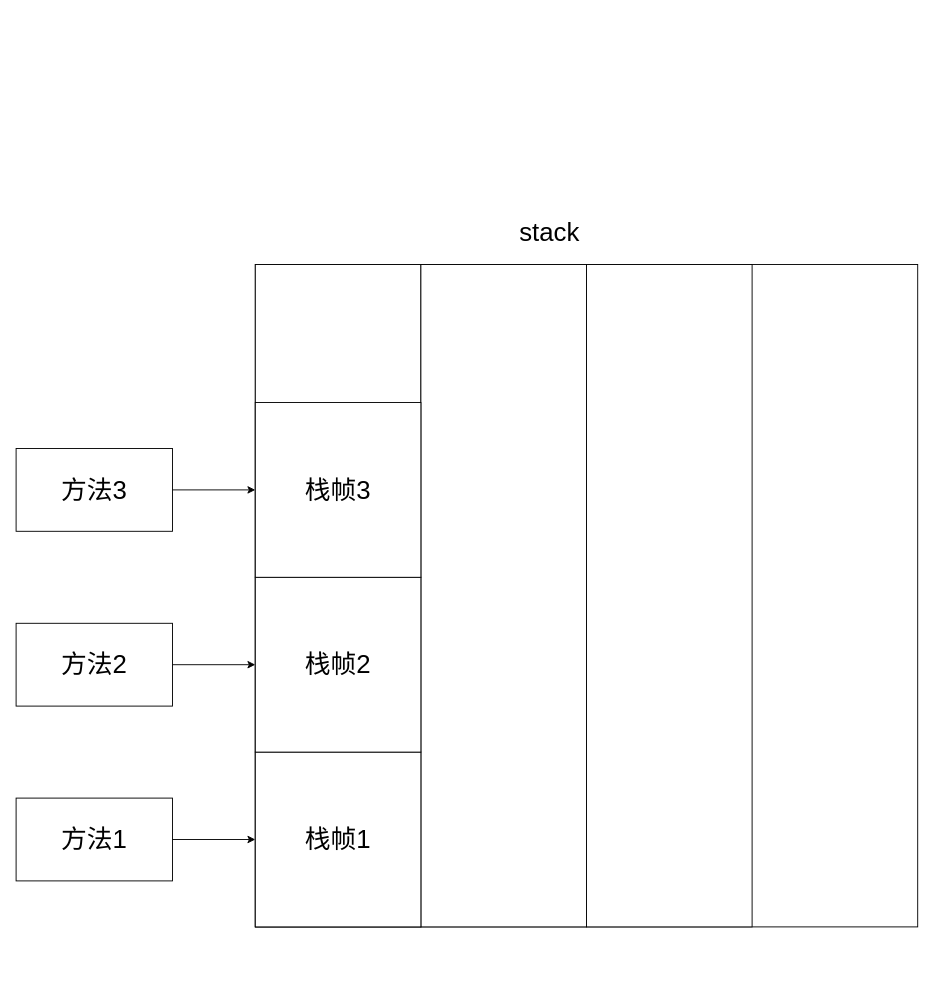
The draw.io diagram com/stephen/jvm/learn/stack.drawio in ruoshuisq/jvm, before the edit. Source tidied: cells renumbered, new cells numbered last; positions are measured from the earlier drawing's top-left corner, leaving out a move shared by most shapes. Both pictures are drawn from the tidied source at 92%, with x=0, y=0 at pixel (16, 200).
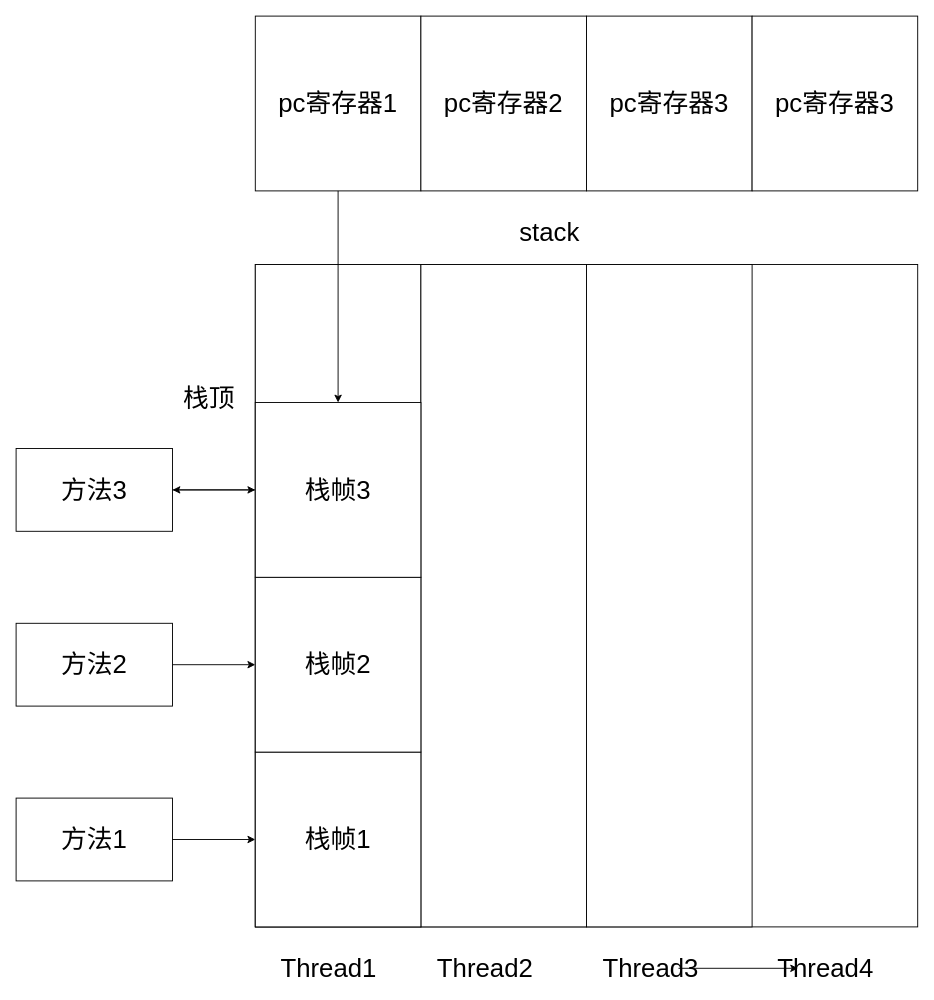
The same diagram, later.

The change refers to these unchanged cells:
```xml
<mxCell id="9" value="栈帧3" style="rounded=0;whiteSpace=wrap;html=1;fontSize=28;" parent="1" vertex="1">
  <mxGeometry x="260" y="220" width="180" height="190" as="geometry" />
</mxCell>
<mxCell id="12" value="方法3" style="rounded=0;whiteSpace=wrap;html=1;fontSize=28;" parent="1" vertex="1">
  <mxGeometry y="270" width="170" height="90" as="geometry" />
</mxCell>
```

Diff of the diagram source:
```diff
@@
+    <mxCell id="16" style="edgeStyle=orthogonalEdgeStyle;rounded=0;jettySize=auto;html=1;fontSize=28;" parent="1" edge="1" source="9" target="12">
+      <mxGeometry relative="1" as="geometry" />
+    </mxCell>
@@
+    <mxCell id="17" value="pc寄存器1" style="rounded=0;whiteSpace=wrap;html=1;fontSize=28;" parent="1" vertex="1">
+      <mxGeometry x="260" y="-200" width="180" height="190" as="geometry" />
+    </mxCell>
+    <mxCell id="18" value="pc寄存器2" style="rounded=0;whiteSpace=wrap;html=1;fontSize=28;" parent="1" vertex="1">
+      <mxGeometry x="440" y="-200" width="180" height="190" as="geometry" />
+    </mxCell>
+    <mxCell id="19" value="pc寄存器3" style="rounded=0;whiteSpace=wrap;html=1;fontSize=28;" parent="1" vertex="1">
+      <mxGeometry x="620" y="-200" width="180" height="190" as="geometry" />
+    </mxCell>
+    <mxCell id="20" value="pc寄存器3" style="rounded=0;whiteSpace=wrap;html=1;fontSize=28;" parent="1" vertex="1">
+      <mxGeometry x="800" y="-200" width="180" height="190" as="geometry" />
+    </mxCell>
+    <mxCell id="21" value="Thread1" style="text;html=1;strokeColor=none;fillColor=none;align=center;verticalAlign=middle;whiteSpace=wrap;rounded=0;fontSize=28;" parent="1" vertex="1">
+      <mxGeometry x="310" y="820" width="60" height="30" as="geometry" />
+    </mxCell>
+    <mxCell id="22" value="Thread2" style="text;html=1;strokeColor=none;fillColor=none;align=center;verticalAlign=middle;whiteSpace=wrap;rounded=0;fontSize=28;" parent="1" vertex="1">
+      <mxGeometry x="480" y="820" width="60" height="30" as="geometry" />
+    </mxCell>
+    <mxCell id="23" style="edgeStyle=orthogonalEdgeStyle;rounded=0;jettySize=auto;html=1;exitX=1;exitY=0.5;exitDx=0;exitDy=0;fontSize=28;" parent="1" edge="1" source="24" target="25">
+      <mxGeometry relative="1" as="geometry" />
+    </mxCell>
+    <mxCell id="24" value="Thread3" style="text;html=1;strokeColor=none;fillColor=none;align=center;verticalAlign=middle;whiteSpace=wrap;rounded=0;fontSize=28;" parent="1" vertex="1">
+      <mxGeometry x="660" y="820" width="60" height="30" as="geometry" />
+    </mxCell>
+    <mxCell id="25" value="Thread4" style="text;html=1;strokeColor=none;fillColor=none;align=center;verticalAlign=middle;whiteSpace=wrap;rounded=0;fontSize=28;" parent="1" vertex="1">
+      <mxGeometry x="850" y="820" width="60" height="30" as="geometry" />
+    </mxCell>
+    <mxCell id="26" style="endArrow=classic;html=1;rounded=0;fontSize=28;entryX=0.5;entryY=0;entryDx=0;entryDy=0;" parent="1" edge="1" source="17" target="9">
+      <mxGeometry relative="1" as="geometry" />
+    </mxCell>
+    <mxCell id="27" value="栈顶" style="text;html=1;strokeColor=none;fillColor=none;align=center;verticalAlign=middle;whiteSpace=wrap;rounded=0;fontSize=28;" parent="1" vertex="1">
+      <mxGeometry x="180" y="200" width="60" height="30" as="geometry" />
+    </mxCell>
```
